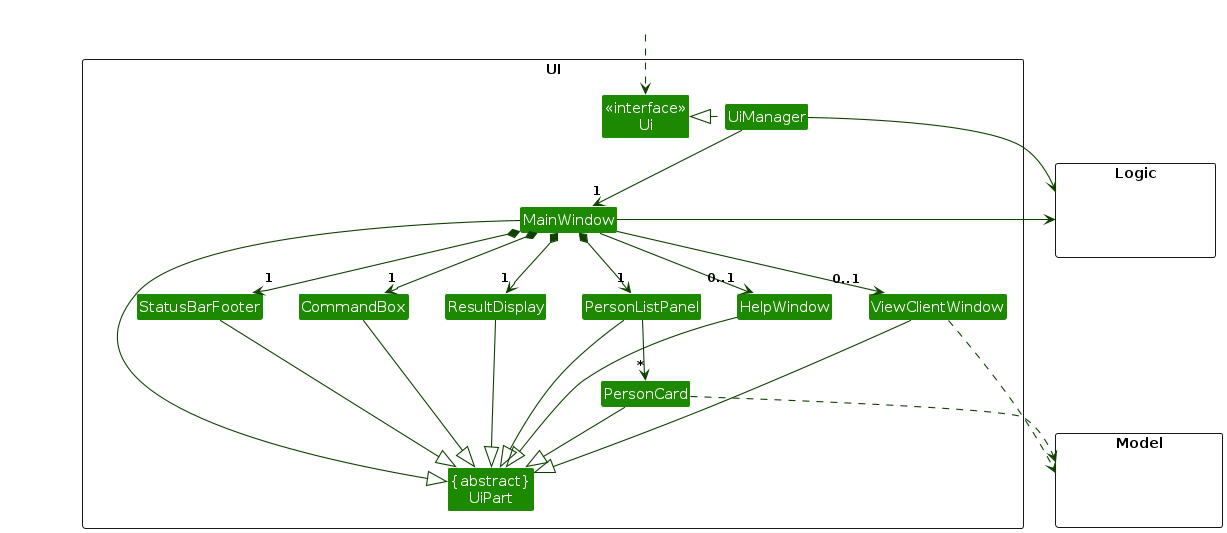
Above: diagrams/UiClassDiagram.png in AY2425S1-CS2103T-T14-3/tp (PlantUML), before the change. Its source is kept beside it as diagrams/UiClassDiagram.puml.
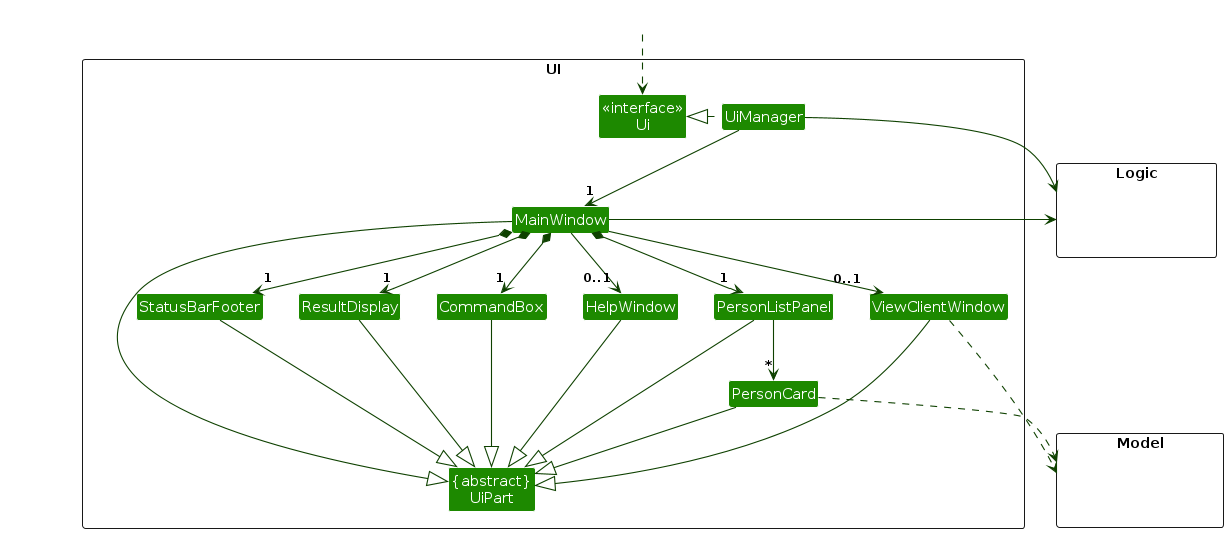
Later version of the same file.

Diff of the diagram source:
```diff
@@ -60,6 +60,7 @@
 HelpWindow -[hidden]left- CommandBox
 CommandBox -[hidden]left- ResultDisplay
 ResultDisplay -[hidden]left- StatusBarFooter
+StatusBarFooter -[hidden]left- PersonListPanel
 
 MainWindow -[hidden]-|> UiPart
 @enduml
```
